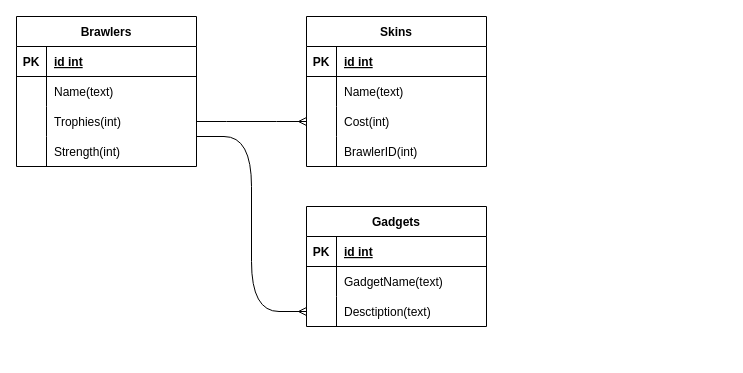
MrAnatoliy/IKBO_27_21 keeps this draw.io diagram as СУБД/BrawlStars.drawio. Above is the earlier version. Source tidied: cells renumbered, new cells numbered last; positions are measured from the earlier drawing's top-left corner, leaving out a move shared by most shapes. Both pictures are drawn from the tidied source at 100%, with x=0, y=0 at pixel (16, 16).
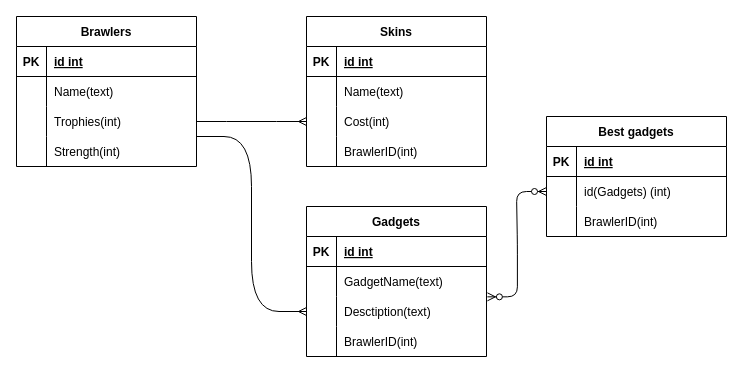
The same diagram, later.

Unchanged cells that the change refers to:
```xml
<mxCell id="36" style="shape=tableRow;horizontal=0;startSize=0;swimlaneHead=0;swimlaneBody=0;fillColor=none;points=[[0,0.5],[1,0.5]];portConstraint=eastwest;top=0;left=0;right=0;bottom=0;" parent="29" vertex="1">
  <mxGeometry y="90" width="180" height="30" as="geometry" />
</mxCell>
```

What changed in the source:
```diff
@@
     <mxCell id="29" value="Gadgets" style="shape=table;startSize=30;childLayout=tableLayout;rowLines=0;fontStyle=1;align=center;" parent="1" vertex="1">
-      <mxGeometry x="290" y="190" width="180" height="120" as="geometry" />
+      <mxGeometry x="290" y="190" width="180" height="150" as="geometry" />
     </mxCell>
@@
+    <mxCell id="40" style="shape=tableRow;horizontal=0;startSize=0;swimlaneHead=0;swimlaneBody=0;fillColor=none;top=0;left=0;right=0;bottom=0;" parent="29" vertex="1">
+      <mxGeometry y="120" width="180" height="30" as="geometry" />
+    </mxCell>
+    <mxCell id="41" style="shape=partialRectangle;fillColor=none;top=0;left=0;bottom=0;right=0;overflow=hidden;" parent="40" vertex="1">
+      <mxGeometry width="30" height="30" as="geometry" />
+    </mxCell>
+    <mxCell id="42" value="BrawlerID(int)" style="shape=partialRectangle;fillColor=none;top=0;left=0;bottom=0;right=0;align=left;spacingLeft=6;overflow=hidden;" parent="40" vertex="1">
+      <mxGeometry x="30" width="150" height="30" as="geometry" />
+    </mxCell>
@@
+    <mxCell id="43" value="Best gadgets" style="shape=table;startSize=30;childLayout=tableLayout;rowLines=0;fontStyle=1;align=center;" parent="1" vertex="1">
+      <mxGeometry x="530" y="100" width="180" height="120" as="geometry" />
+    </mxCell>
+    <mxCell id="44" style="shape=tableRow;horizontal=0;startSize=0;swimlaneHead=0;swimlaneBody=0;fillColor=none;top=0;left=0;right=0;bottom=1;" parent="43" vertex="1">
+      <mxGeometry y="30" width="180" height="30" as="geometry" />
+    </mxCell>
+    <mxCell id="45" value="PK" style="shape=partialRectangle;fillColor=none;top=0;left=0;bottom=0;right=0;fontStyle=1;overflow=hidden;" parent="44" vertex="1">
+      <mxGeometry width="30" height="30" as="geometry" />
+    </mxCell>
+    <mxCell id="46" value="id int" style="shape=partialRectangle;fillColor=none;top=0;left=0;bottom=0;right=0;align=left;spacingLeft=6;fontStyle=5;overflow=hidden;" parent="44" vertex="1">
+      <mxGeometry x="30" width="150" height="30" as="geometry" />
+    </mxCell>
+    <mxCell id="47" style="shape=tableRow;horizontal=0;startSize=0;swimlaneHead=0;swimlaneBody=0;fillColor=none;points=[[0,0.5],[1,0.5]];portConstraint=eastwest;top=0;left=0;right=0;bottom=0;" parent="43" vertex="1">
+      <mxGeometry y="60" width="180" height="30" as="geometry" />
+    </mxCell>
+    <mxCell id="48" style="shape=partialRectangle;fillColor=none;top=0;left=0;bottom=0;right=0;overflow=hidden;" parent="47" vertex="1">
+      <mxGeometry width="30" height="30" as="geometry" />
+    </mxCell>
+    <mxCell id="49" value="id(Gadgets) (int)" style="shape=partialRectangle;fillColor=none;top=0;left=0;bottom=0;right=0;align=left;spacingLeft=6;overflow=hidden;" parent="47" vertex="1">
+      <mxGeometry x="30" width="150" height="30" as="geometry" />
+    </mxCell>
+    <mxCell id="50" style="shape=tableRow;horizontal=0;startSize=0;swimlaneHead=0;swimlaneBody=0;fillColor=none;top=0;left=0;right=0;bottom=0;" parent="43" vertex="1">
+      <mxGeometry y="90" width="180" height="30" as="geometry" />
+    </mxCell>
+    <mxCell id="51" style="shape=partialRectangle;fillColor=none;top=0;left=0;bottom=0;right=0;overflow=hidden;" parent="50" vertex="1">
+      <mxGeometry width="30" height="30" as="geometry" />
+    </mxCell>
+    <mxCell id="52" value="BrawlerID(int)" style="shape=partialRectangle;fillColor=none;top=0;left=0;bottom=0;right=0;align=left;spacingLeft=6;overflow=hidden;" parent="50" vertex="1">
+      <mxGeometry x="30" width="150" height="30" as="geometry" />
+    </mxCell>
+    <mxCell id="53" style="edgeStyle=entityRelationEdgeStyle;fontSize=12;html=1;endArrow=ERzeroToMany;endFill=1;startArrow=ERzeroToMany;rounded=1;endSize=6;exitX=1.005;exitY=0.011;exitDx=0;exitDy=0;exitPerimeter=0;entryX=0;entryY=0.5;entryDx=0;entryDy=0;" parent="1" edge="1" source="36" target="47">
+      <mxGeometry relative="1" as="geometry" />
+    </mxCell>
```
